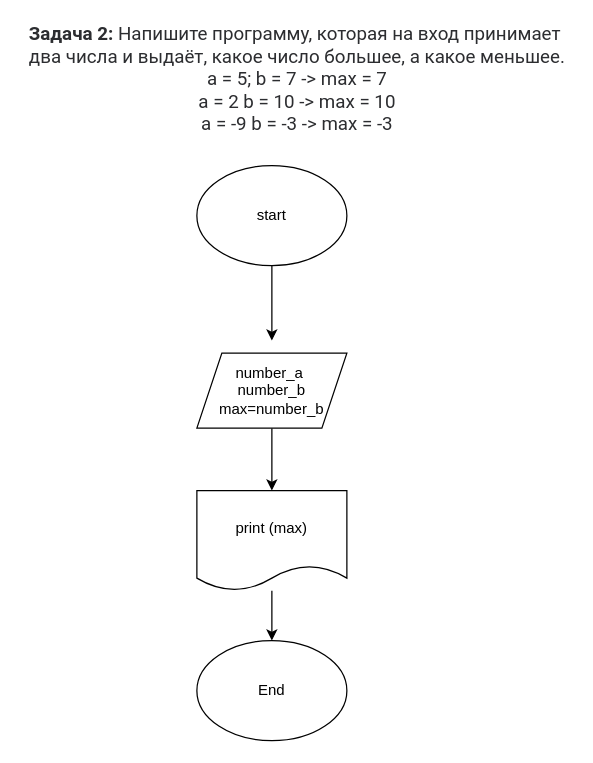
Earlier version of the draw.io diagram C#/Lesson_001/Home_task_001/Algorithm_01.drawio (sracivanov/C-). Source tidied: cells renumbered, new cells numbered last; positions are measured from the earlier drawing's top-left corner, leaving out a move shared by most shapes. Both pictures are drawn from the tidied source at 125%, with x=0, y=0 at pixel (21, 28).
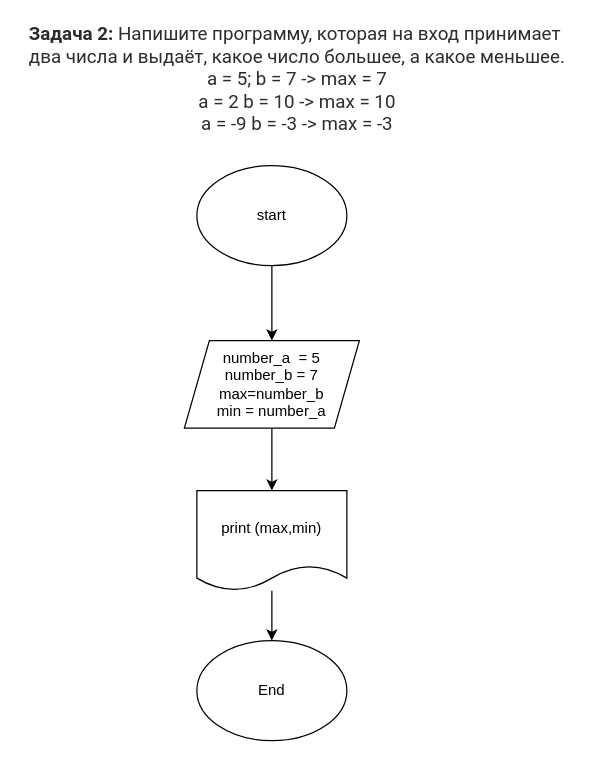
After the change.

Commit message (it also covers changes not shown here):
Add Code Task_001

The edit, as a diff of the source:
```diff
@@
 <mxGraphModel>
   <root>
     <mxCell id="0" />
     <mxCell id="1" parent="0" />
     <mxCell id="2" style="edgeStyle=none;html=1;" parent="1" edge="1" source="3">
       <mxGeometry relative="1" as="geometry">
         <mxPoint x="200" y="250" as="targetPoint" />
       </mxGeometry>
     </mxCell>
     <mxCell id="3" value="start" style="ellipse;whiteSpace=wrap;html=1;" parent="1" vertex="1">
       <mxGeometry x="140" y="110" width="120" height="80" as="geometry" />
     </mxCell>
     <mxCell id="4" value="&lt;p style=&quot;box-sizing: border-box ; margin: 0px ; color: rgb(44 , 45 , 48) ; font-family: &amp;#34;roboto&amp;#34; , &amp;#34;san francisco&amp;#34; , &amp;#34;helvetica neue&amp;#34; , &amp;#34;helvetica&amp;#34; , &amp;#34;arial&amp;#34; ; font-size: 15px ; background-color: rgb(255 , 255 , 255)&quot;&gt;&lt;span style=&quot;box-sizing: border-box ; font-weight: 700&quot;&gt;Задача 2:&lt;/span&gt;&amp;nbsp;Напишите программу, которая на вход принимает&amp;nbsp;&lt;/p&gt;&lt;p style=&quot;box-sizing: border-box ; margin: 0px ; color: rgb(44 , 45 , 48) ; font-family: &amp;#34;roboto&amp;#34; , &amp;#34;san francisco&amp;#34; , &amp;#34;helvetica neue&amp;#34; , &amp;#34;helvetica&amp;#34; , &amp;#34;arial&amp;#34; ; font-size: 15px ; background-color: rgb(255 , 255 , 255)&quot;&gt;два числа и выдаёт, какое число большее, а какое меньшее.&lt;/p&gt;&lt;p style=&quot;box-sizing: border-box ; margin: 0px ; color: rgb(44 , 45 , 48) ; font-family: &amp;#34;roboto&amp;#34; , &amp;#34;san francisco&amp;#34; , &amp;#34;helvetica neue&amp;#34; , &amp;#34;helvetica&amp;#34; , &amp;#34;arial&amp;#34; ; font-size: 15px ; background-color: rgb(255 , 255 , 255)&quot;&gt;a = 5; b = 7 -&amp;gt; max = 7&lt;br style=&quot;box-sizing: border-box&quot;&gt;a = 2 b = 10 -&amp;gt; max = 10&lt;br style=&quot;box-sizing: border-box&quot;&gt;a = -9 b = -3 -&amp;gt; max = -3&lt;/p&gt;" style="text;html=1;align=center;verticalAlign=middle;strokeColor=none;fillColor=none;" parent="1" vertex="1">
       <mxGeometry width="440" height="80" as="geometry" />
     </mxCell>
     <mxCell id="5" style="edgeStyle=none;html=1;" parent="1" edge="1" source="6">
       <mxGeometry relative="1" as="geometry">
         <mxPoint x="200" y="370" as="targetPoint" />
       </mxGeometry>
     </mxCell>
-    <mxCell id="6" value="number_a&amp;nbsp;&lt;br&gt;number_b&lt;br&gt;max=number_b" style="shape=parallelogram;perimeter=parallelogramPerimeter;whiteSpace=wrap;html=1;fixedSize=1;" parent="1" vertex="1">
-      <mxGeometry x="140" y="260" width="120" height="60" as="geometry" />
+    <mxCell id="6" value="number_a&amp;nbsp; = 5&lt;br&gt;number_b = 7&lt;br&gt;max=number_b&lt;br&gt;min = number_a" style="shape=parallelogram;perimeter=parallelogramPerimeter;whiteSpace=wrap;html=1;fixedSize=1;" parent="1" vertex="1">
+      <mxGeometry x="130" y="250" width="140" height="70" as="geometry" />
     </mxCell>
     <mxCell id="7" style="edgeStyle=none;html=1;" parent="1" edge="1" source="8">
       <mxGeometry relative="1" as="geometry">
         <mxPoint x="200" y="490" as="targetPoint" />
       </mxGeometry>
     </mxCell>
-    <mxCell id="8" value="print (max)" style="shape=document;whiteSpace=wrap;html=1;boundedLbl=1;size=0.24999999999999858;" parent="1" vertex="1">
+    <mxCell id="8" value="print (max,min)" style="shape=document;whiteSpace=wrap;html=1;boundedLbl=1;size=0.24999999999999858;" parent="1" vertex="1">
       <mxGeometry x="140" y="370" width="120" height="80" as="geometry" />
     </mxCell>
     <mxCell id="9" value="End" style="ellipse;whiteSpace=wrap;html=1;" parent="1" vertex="1">
       <mxGeometry x="140" y="490" width="120" height="80" as="geometry" />
     </mxCell>
   </root>
 </mxGraphModel>
```
